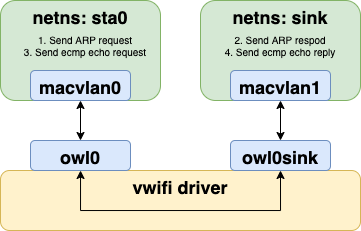
Before: assets/macvlan.png, a diagram exported from draw.io (sysprog21/vwifi). Source tidied: cells renumbered, new cells last; positions are measured from the earlier drawing's top-left corner, leaving out a move shared by most shapes.
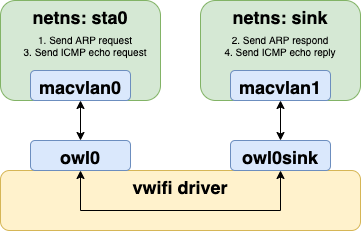
After the commit.

Commit message:
Fix data path diagram typo

Change to the diagram source:
```diff
@@ -37,10 +37,10 @@
     <mxCell id="11" value="&lt;font style=&quot;font-size: 18px&quot;&gt;&lt;b&gt;macvlan1&lt;/b&gt;&lt;/font&gt;" style="rounded=1;whiteSpace=wrap;html=1;fillColor=#dae8fc;strokeColor=#6c8ebf;verticalAlign=top;" parent="1" vertex="1">
       <mxGeometry x="230" y="70" width="100" height="30" as="geometry" />
     </mxCell>
-    <mxCell id="12" value="1. Send ARP request&lt;br&gt;3. Send ecmp echo request" style="text;html=1;strokeColor=none;fillColor=none;align=center;verticalAlign=middle;whiteSpace=wrap;rounded=0;fontSize=10;" parent="1" vertex="1">
+    <mxCell id="12" value="1. Send ARP request&lt;br&gt;3. Send ICMP echo request" style="text;html=1;strokeColor=none;fillColor=none;align=center;verticalAlign=middle;whiteSpace=wrap;rounded=0;fontSize=10;" parent="1" vertex="1">
       <mxGeometry x="20" y="30" width="130" height="30" as="geometry" />
     </mxCell>
-    <mxCell id="13" value="2. Send ARP respod&lt;br&gt;4. Send ecmp echo reply" style="text;html=1;strokeColor=none;fillColor=none;align=center;verticalAlign=middle;whiteSpace=wrap;rounded=0;fontSize=10;" parent="1" vertex="1">
+    <mxCell id="13" value="2. Send ARP respond&lt;br&gt;4. Send ICMP echo reply" style="text;html=1;strokeColor=none;fillColor=none;align=center;verticalAlign=middle;whiteSpace=wrap;rounded=0;fontSize=10;" parent="1" vertex="1">
       <mxGeometry x="215" y="30" width="130" height="30" as="geometry" />
     </mxCell>
   </root>
```
